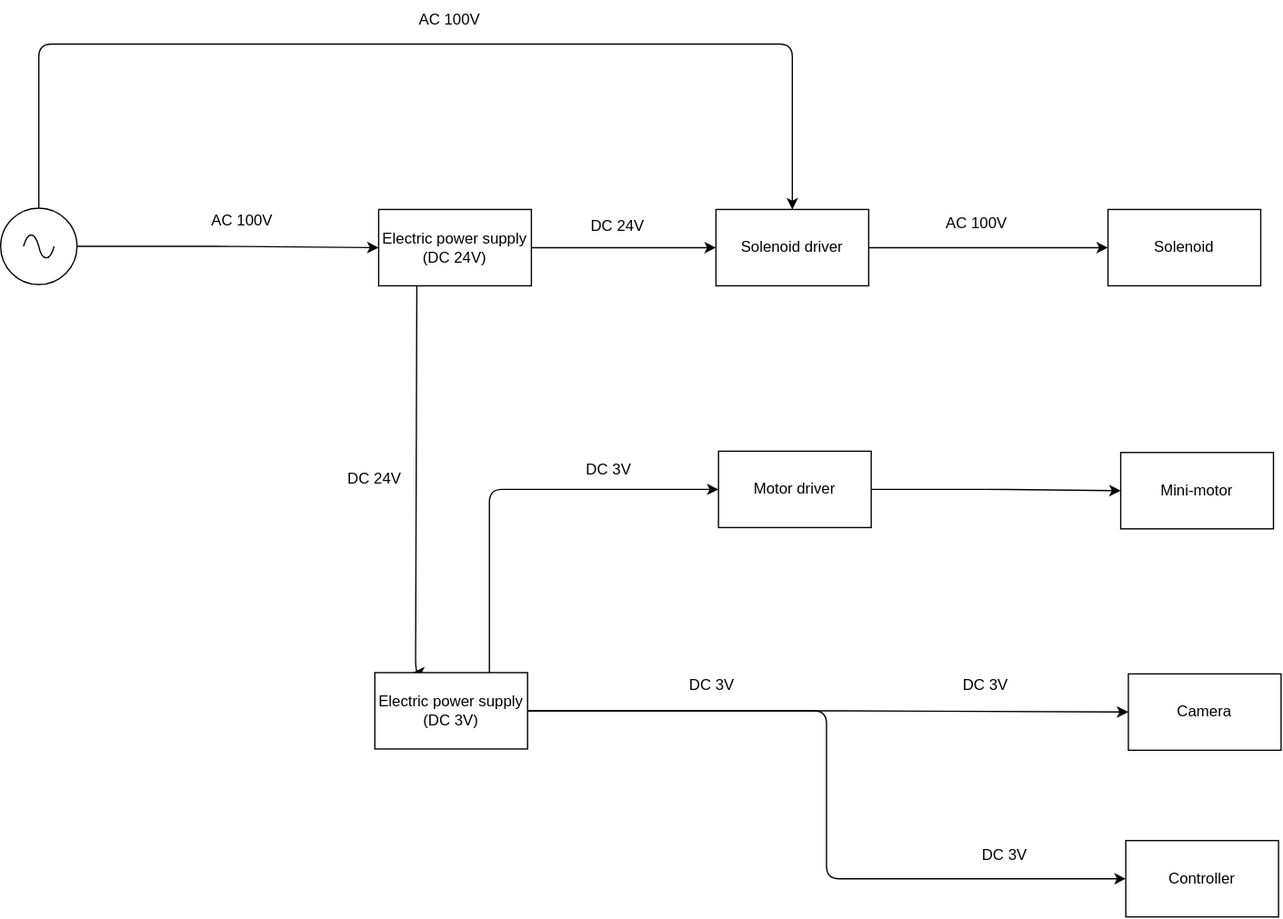
The draw.io diagram diagrams/electric/one_line/2A-00001.00.00_whole.drawio.svg in sakairi-nobuyuki/Yamamiya_3PM_pjk, before a commit. Source tidied: cells renumbered, new cells last; positions are measured from the earlier drawing's top-left corner, leaving out a move shared by most shapes.
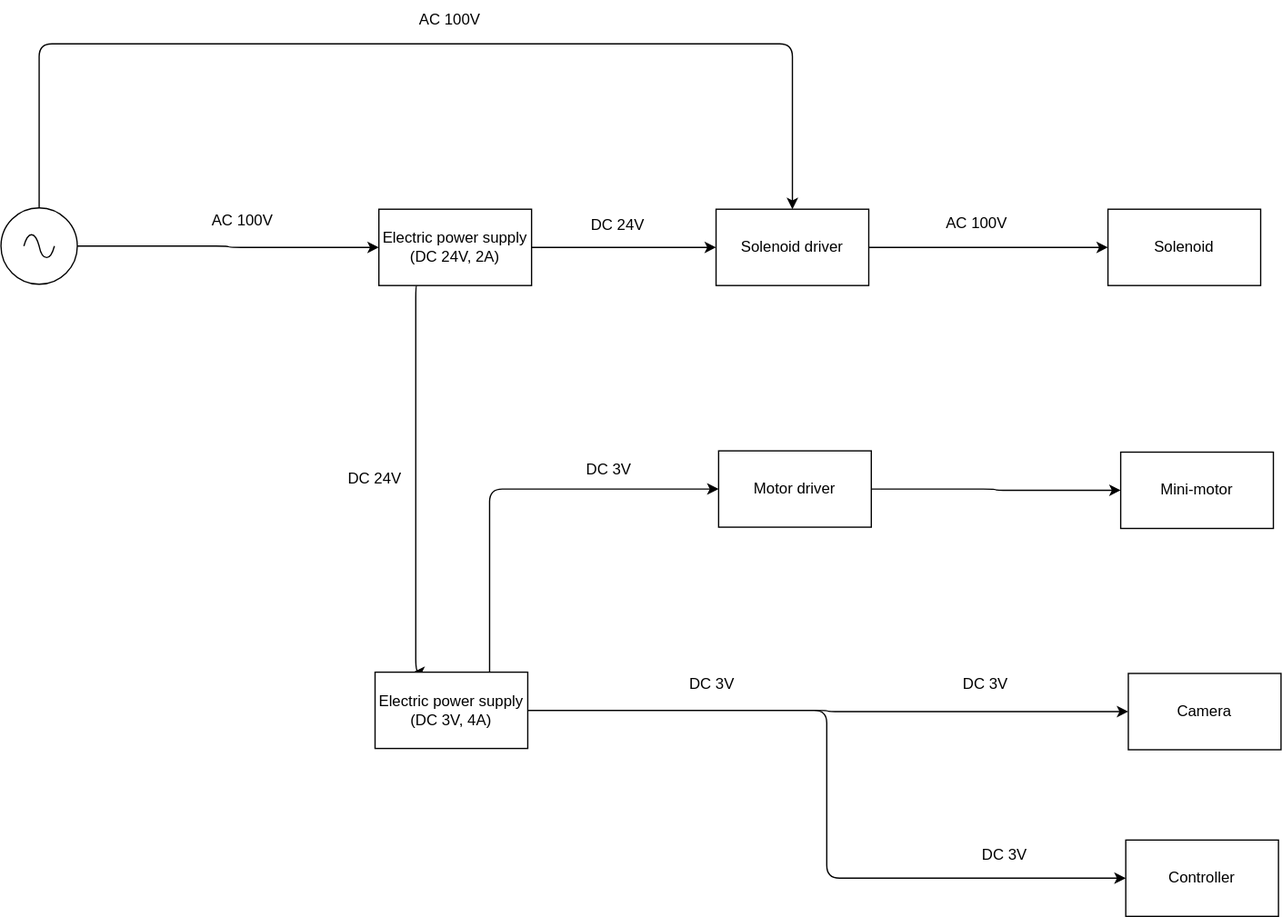
The same file after the commit.

Commit message:
power supply

What changed in the source:
```diff
@@ -45,7 +45,7 @@
     <mxCell id="14" style="edgeStyle=elbowEdgeStyle;html=1;exitX=0.25;exitY=1;exitDx=0;exitDy=0;entryX=0.25;entryY=0;entryDx=0;entryDy=0;" parent="1" edge="1" source="15" target="19">
       <mxGeometry relative="1" as="geometry" />
     </mxCell>
-    <mxCell id="15" value="Electric power supply&lt;br&gt;(DC 24V)" style="rounded=0;whiteSpace=wrap;html=1;" parent="1" vertex="1">
+    <mxCell id="15" value="Electric power supply&lt;br&gt;(DC 24V, 2A)" style="rounded=0;whiteSpace=wrap;html=1;" parent="1" vertex="1">
       <mxGeometry x="297" y="164" width="120" height="60" as="geometry" />
     </mxCell>
     <mxCell id="16" style="edgeStyle=elbowEdgeStyle;html=1;exitX=1;exitY=0.5;exitDx=0;exitDy=0;entryX=0;entryY=0.5;entryDx=0;entryDy=0;" parent="1" edge="1" source="19" target="7">
@@ -57,7 +57,7 @@
     <mxCell id="18" style="edgeStyle=orthogonalEdgeStyle;html=1;exitX=0.75;exitY=0;exitDx=0;exitDy=0;entryX=0;entryY=0.5;entryDx=0;entryDy=0;" parent="1" edge="1" source="19" target="12">
       <mxGeometry relative="1" as="geometry" />
     </mxCell>
-    <mxCell id="19" value="Electric power supply&lt;br&gt;(DC 3V)" style="rounded=0;whiteSpace=wrap;html=1;" parent="1" vertex="1">
+    <mxCell id="19" value="Electric power supply&lt;br&gt;(DC 3V, 4A)" style="rounded=0;whiteSpace=wrap;html=1;" parent="1" vertex="1">
       <mxGeometry x="294" y="528" width="120" height="60" as="geometry" />
     </mxCell>
     <mxCell id="20" value="AC 100V" style="text;html=1;strokeColor=none;fillColor=none;align=center;verticalAlign=middle;whiteSpace=wrap;rounded=0;" parent="1" vertex="1">
```
